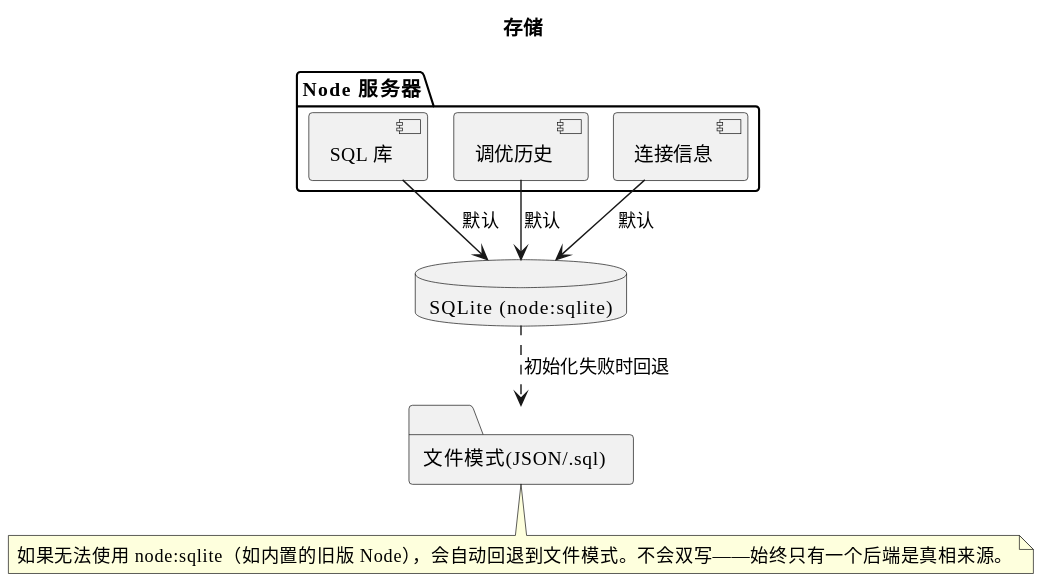
Before: web/design/storage.zh.svg, a diagram exported from PlantUML (farmerkweon/OracleTuner).
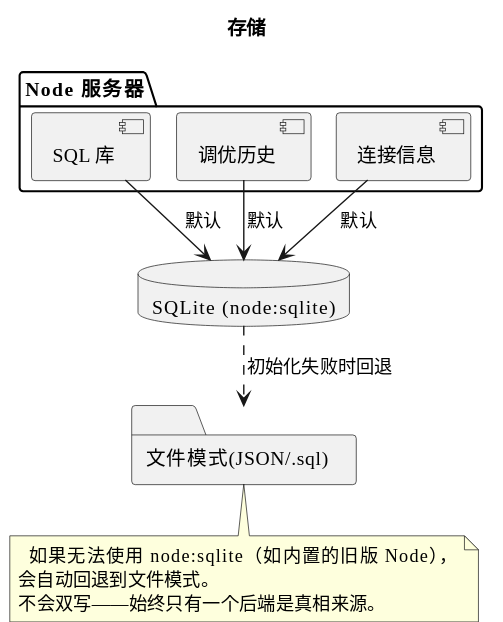
Above is the later version.

What changed in the source:
```diff
@@ -19,6 +19,8 @@
 SQLITE ..> FILES : 初始化失败时回退
 
 note bottom of FILES
-  如果无法使用 node:sqlite（如内置的旧版 Node），会自动回退到文件模式。不会双写——始终只有一个后端是真相来源。
+  如果无法使用 node:sqlite（如内置的旧版 Node），
+会自动回退到文件模式。
+不会双写——始终只有一个后端是真相来源。
 end note
 @enduml
```
